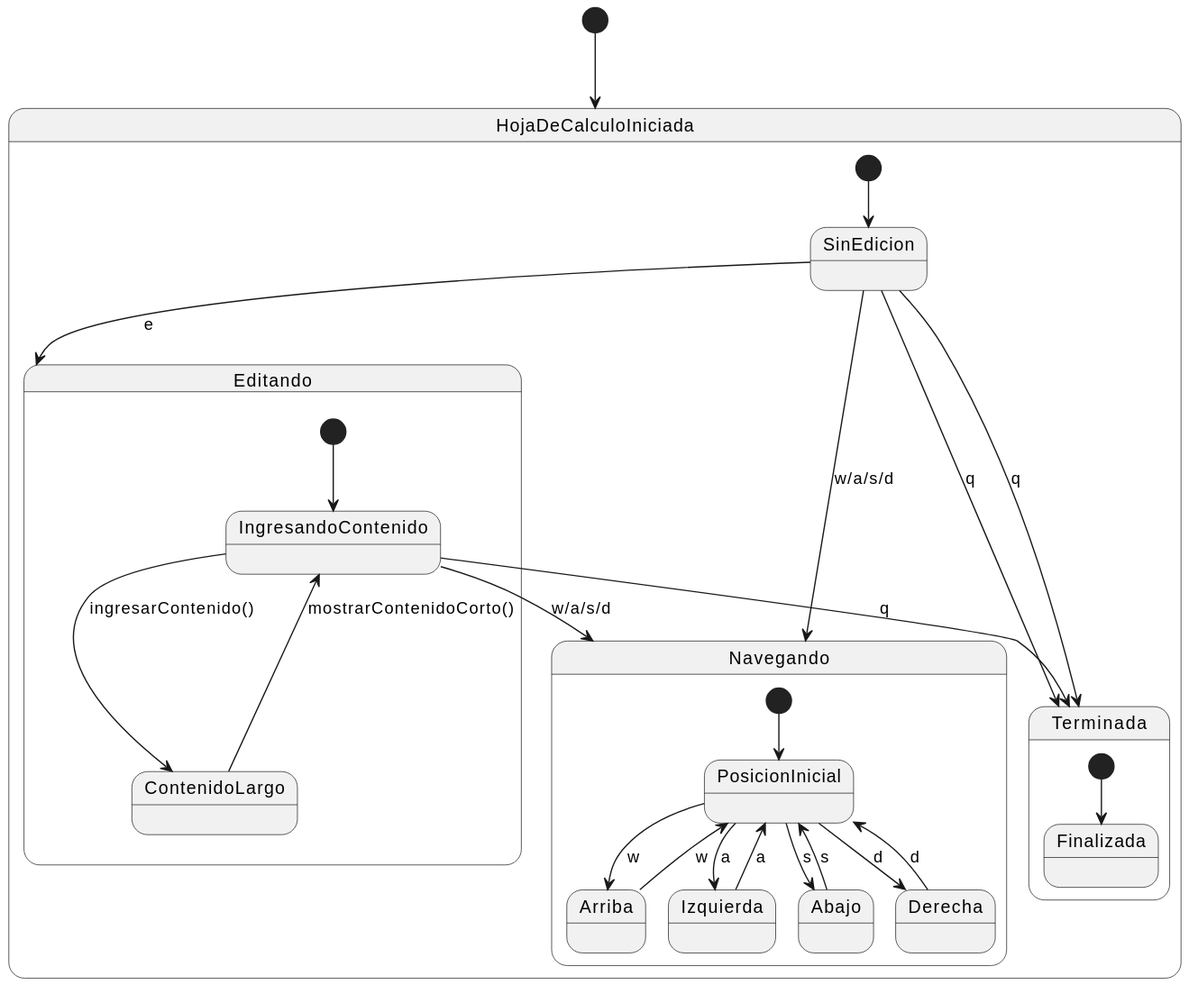
oscarsantasanchez/24-25-IdSw2-SDD keeps this PlantUML diagram as images/modelosUML/DiagramaEstados.svg. Above is the earlier version. The source it was exported from:
```plantuml
@startuml
[*] --> HojaDeCalculoIniciada

state HojaDeCalculoIniciada {
  [*] --> SinEdicion
  SinEdicion --> Editando : e
  SinEdicion --> Terminada : q
  SinEdicion --> Navegando : w/a/s/d

  state Navegando {
    [*] --> PosicionInicial
    PosicionInicial --> Arriba : w
    PosicionInicial --> Izquierda : a
    PosicionInicial --> Abajo : s
    PosicionInicial --> Derecha : d
    Arriba --> PosicionInicial : w
    Izquierda --> PosicionInicial : a
    Abajo --> PosicionInicial : s
    Derecha --> PosicionInicial : d
  }

  state Editando {
    [*] --> IngresandoContenido
    IngresandoContenido --> ContenidoLargo : ingresarContenido()
    ContenidoLargo --> IngresandoContenido : mostrarContenidoCorto()
    IngresandoContenido --> Navegando : w/a/s/d
    IngresandoContenido --> Terminada : q
  }

  state Terminada {
    [*] --> Finalizada
  }

  SinEdicion --> Terminada : q
}
@enduml
```
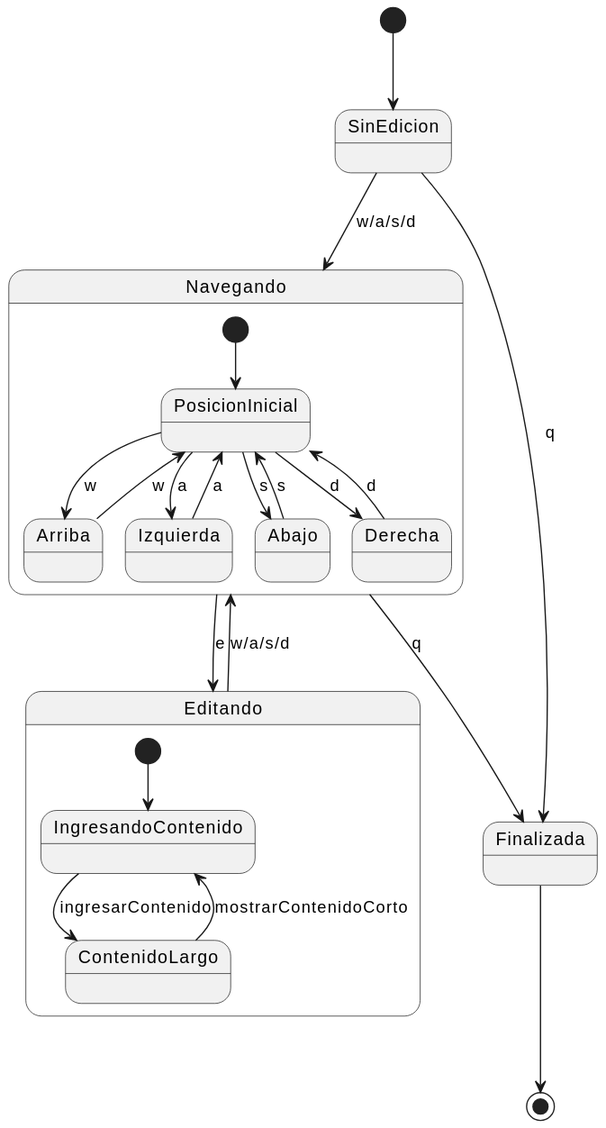
The same diagram one commit later.

Commit message:
Mejora diagrama de estados

What changed in the source:
```diff
@@ -1,10 +1,6 @@
 @startuml
-[*] --> HojaDeCalculoIniciada
+[*] --> SinEdicion
 
-state HojaDeCalculoIniciada {
-  [*] --> SinEdicion
-  SinEdicion --> Editando : e
-  SinEdicion --> Terminada : q
   SinEdicion --> Navegando : w/a/s/d
 
   state Navegando {
@@ -19,18 +15,18 @@
     Derecha --> PosicionInicial : d
   }
 
+  Navegando --> Editando : e
+
   state Editando {
     [*] --> IngresandoContenido
-    IngresandoContenido --> ContenidoLargo : ingresarContenido()
-    ContenidoLargo --> IngresandoContenido : mostrarContenidoCorto()
-    IngresandoContenido --> Navegando : w/a/s/d
-    IngresandoContenido --> Terminada : q
+    IngresandoContenido --> ContenidoLargo : ingresarContenido
+    ContenidoLargo --> IngresandoContenido : mostrarContenidoCorto
+
   }
 
-  state Terminada {
-    [*] --> Finalizada
-  }
+  Editando --> Navegando : w/a/s/d
+  Navegando --> Finalizada : q
+  SinEdicion --> Finalizada : q
 
-  SinEdicion --> Terminada : q
-}
+  Finalizada --> [*]
 @enduml
```
